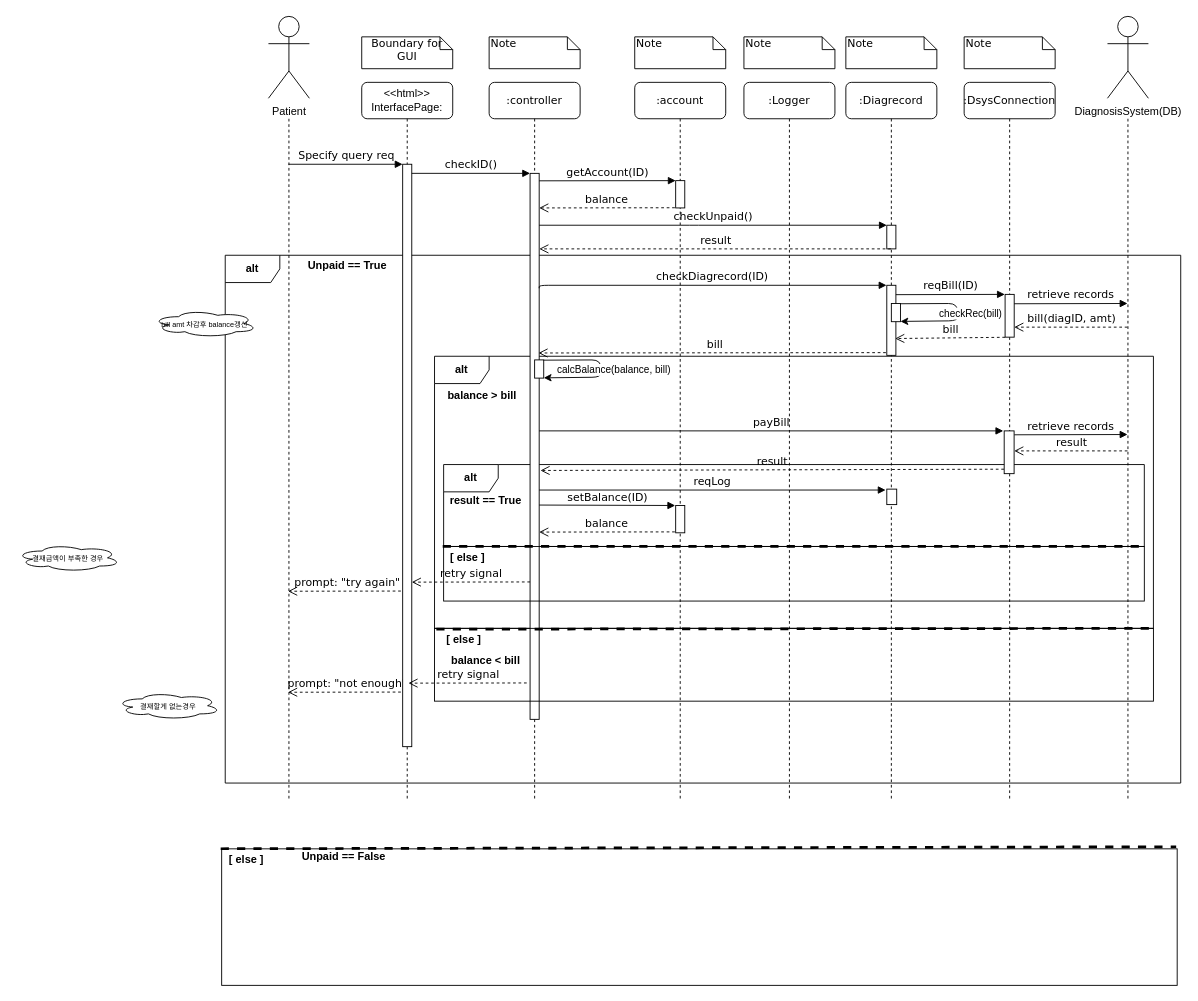
Above: patient/UC5_sequence_diag.drawio in yhb1834/Smart-Health-Prediction-System (draw.io), before the change. Source tidied: cells renumbered, new cells numbered last; positions are measured from the earlier drawing's top-left corner, leaving out a move shared by most shapes. Both pictures are drawn from the tidied source at 91%, with x=0, y=0 at pixel (15, 16).
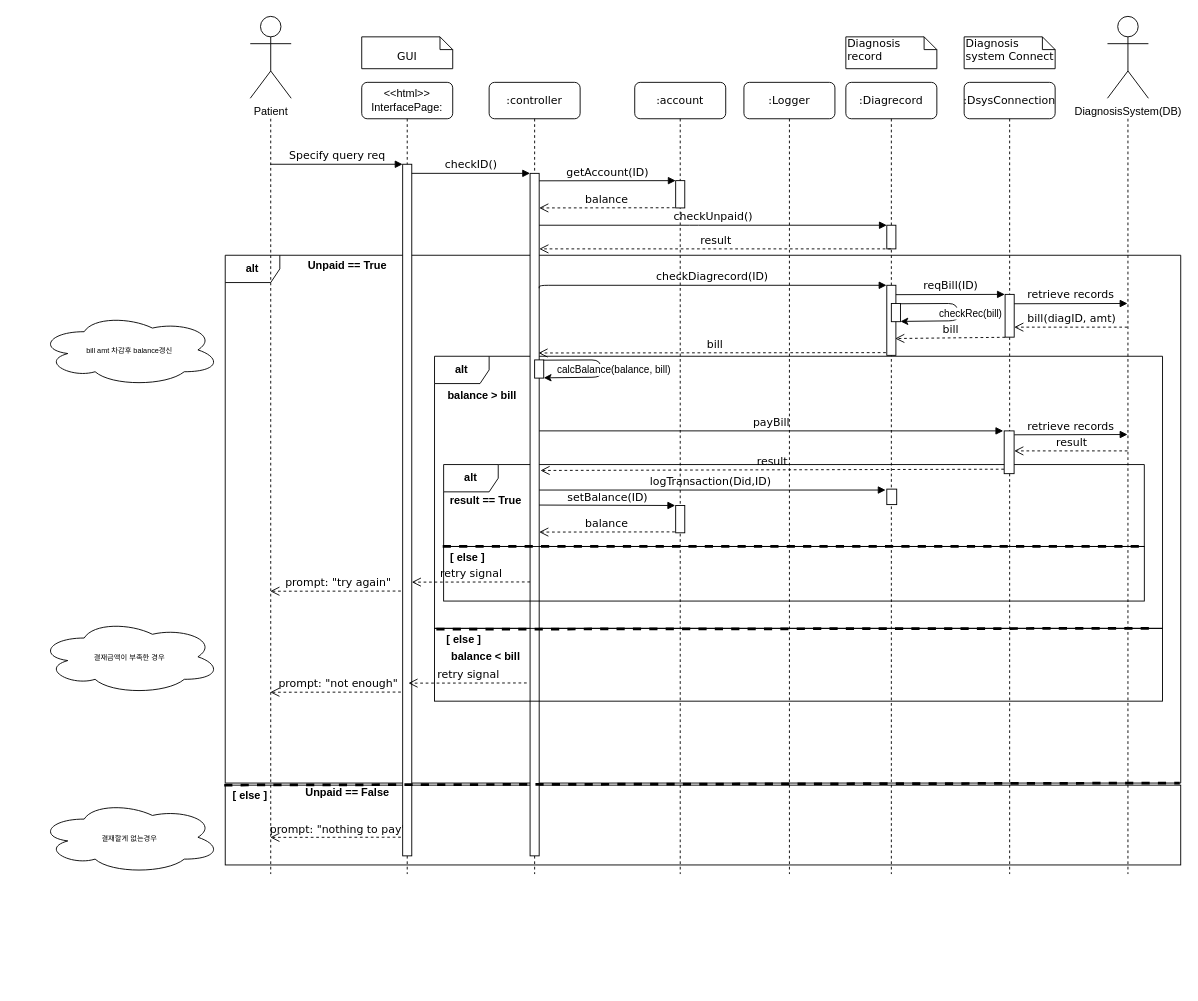
The same diagram, later.

Change to the diagram source:
```diff
@@
+    <mxCell id="65" style="rounded=0;whiteSpace=wrap;html=1;fillColor=none;" parent="1" vertex="1">
+      <mxGeometry x="230" y="844.3" width="1050" height="87.7" as="geometry" />
+    </mxCell>
+    <mxCell id="76" value="prompt: &quot;nothing to pay&quot;" style="html=1;verticalAlign=bottom;endArrow=open;dashed=1;endSize=8;labelBackgroundColor=none;fontFamily=Verdana;fontSize=12;edgeStyle=elbowEdgeStyle;elbow=vertical;exitX=-0.087;exitY=0.993;exitDx=0;exitDy=0;exitPerimeter=0;" parent="1" edge="1" target="29">
+      <mxGeometry relative="1" as="geometry">
+        <mxPoint x="429" y="901.5" as="sourcePoint" />
+        <Array as="points">
+          <mxPoint x="383.9" y="901.7" />
+          <mxPoint x="358.9" y="901.7" />
+          <mxPoint x="388.9" y="901.7" />
+        </Array>
+      </mxGeometry>
+    </mxCell>
@@
-    <mxCell id="3" value="prompt: &quot;not enough&quot;" style="html=1;verticalAlign=bottom;endArrow=open;dashed=1;endSize=8;labelBackgroundColor=none;fontFamily=Verdana;fontSize=12;edgeStyle=elbowEdgeStyle;elbow=vertical;exitX=-0.087;exitY=0.993;exitDx=0;exitDy=0;exitPerimeter=0;" parent="1" edge="1">
+    <mxCell id="3" value="prompt: &quot;not enough&quot;" style="html=1;verticalAlign=bottom;endArrow=open;dashed=1;endSize=8;labelBackgroundColor=none;fontFamily=Verdana;fontSize=12;edgeStyle=elbowEdgeStyle;elbow=vertical;exitX=-0.087;exitY=0.993;exitDx=0;exitDy=0;exitPerimeter=0;" parent="1" edge="1" target="29">
       <mxGeometry relative="1" as="geometry">
         <mxPoint x="429" y="742" as="sourcePoint" />
-        <mxPoint x="299" y="742" as="targetPoint" />
         <Array as="points">
           <mxPoint x="383.9" y="742.2" />
           <mxPoint x="358.9" y="742.2" />
           <mxPoint x="388.9" y="742.2" />
         </Array>
       </mxGeometry>
     </mxCell>
-    <mxCell id="4" value="prompt: &quot;try again&quot;" style="html=1;verticalAlign=bottom;endArrow=open;dashed=1;endSize=8;labelBackgroundColor=none;fontFamily=Verdana;fontSize=12;edgeStyle=elbowEdgeStyle;elbow=vertical;exitX=-0.087;exitY=0.993;exitDx=0;exitDy=0;exitPerimeter=0;" parent="1" edge="1">
+    <mxCell id="4" value="prompt: &quot;try again&quot;" style="html=1;verticalAlign=bottom;endArrow=open;dashed=1;endSize=8;labelBackgroundColor=none;fontFamily=Verdana;fontSize=12;edgeStyle=elbowEdgeStyle;elbow=vertical;exitX=-0.087;exitY=0.993;exitDx=0;exitDy=0;exitPerimeter=0;" parent="1" edge="1" target="29">
       <mxGeometry relative="1" as="geometry">
         <mxPoint x="429" y="631" as="sourcePoint" />
-        <mxPoint x="299" y="631" as="targetPoint" />
         <Array as="points">
           <mxPoint x="383.9" y="631.2" />
           <mxPoint x="358.9" y="631.2" />
           <mxPoint x="388.9" y="631.2" />
         </Array>
       </mxGeometry>
     </mxCell>
     <mxCell id="5" value="&lt;b&gt;alt&lt;/b&gt;" style="shape=umlFrame;whiteSpace=wrap;html=1;" parent="1" vertex="1">
-      <mxGeometry x="460" y="373" width="790" height="299" as="geometry" />
+      <mxGeometry x="460" y="373" width="800" height="299" as="geometry" />
     </mxCell>
@@
     <mxCell id="8" value=":DsysConnection" style="shape=umlLifeline;perimeter=lifelinePerimeter;whiteSpace=wrap;html=1;rounded=1;shadow=0;comic=0;labelBackgroundColor=none;strokeWidth=1;fontFamily=Verdana;fontSize=12;align=center;" parent="1" vertex="1">
-      <mxGeometry x="1042" y="72" width="100" height="790" as="geometry" />
+      <mxGeometry x="1042" y="72" width="100" height="870" as="geometry" />
     </mxCell>
     <mxCell id="9" value=":Logger" style="shape=umlLifeline;perimeter=lifelinePerimeter;whiteSpace=wrap;html=1;rounded=1;shadow=0;comic=0;labelBackgroundColor=none;strokeWidth=1;fontFamily=Verdana;fontSize=12;align=center;" parent="1" vertex="1">
-      <mxGeometry x="800" y="72" width="100" height="790" as="geometry" />
+      <mxGeometry x="800" y="72" width="100" height="870" as="geometry" />
     </mxCell>
     <mxCell id="10" value=":controller" style="shape=umlLifeline;perimeter=lifelinePerimeter;whiteSpace=wrap;html=1;rounded=1;shadow=0;comic=0;labelBackgroundColor=none;strokeWidth=1;fontFamily=Verdana;fontSize=12;align=center;" parent="1" vertex="1">
-      <mxGeometry x="520" y="72" width="100" height="790" as="geometry" />
+      <mxGeometry x="520" y="72" width="100" height="870" as="geometry" />
     </mxCell>
     <mxCell id="11" style="html=1;points=[];perimeter=orthogonalPerimeter;rounded=0;shadow=0;comic=0;labelBackgroundColor=none;strokeWidth=1;fontFamily=Verdana;fontSize=12;align=center;" parent="10" vertex="1">
-      <mxGeometry x="45" y="100" width="10" height="600" as="geometry" />
+      <mxGeometry x="45" y="100" width="10" height="750" as="geometry" />
     </mxCell>
     <mxCell id="12" value=":account" style="shape=umlLifeline;perimeter=lifelinePerimeter;whiteSpace=wrap;html=1;rounded=1;shadow=0;comic=0;labelBackgroundColor=none;strokeWidth=1;fontFamily=Verdana;fontSize=12;align=center;" parent="1" vertex="1">
-      <mxGeometry x="680" y="72" width="100" height="790" as="geometry" />
+      <mxGeometry x="680" y="72" width="100" height="870" as="geometry" />
     </mxCell>
@@
     <mxCell id="16" value=":Diagrecord" style="shape=umlLifeline;perimeter=lifelinePerimeter;whiteSpace=wrap;html=1;outlineConnect=0;rounded=1;shadow=0;comic=0;labelBackgroundColor=none;strokeWidth=1;fontFamily=Verdana;fontSize=12;align=center;" parent="1" vertex="1">
-      <mxGeometry x="912" y="72" width="100" height="790" as="geometry" />
+      <mxGeometry x="912" y="72" width="100" height="870" as="geometry" />
     </mxCell>
@@
     <mxCell id="19" value="&lt;font face=&quot;Helvetica&quot;&gt;&amp;lt;&amp;lt;html&amp;gt;&amp;gt;&lt;br&gt;InterfacePage:&lt;/font&gt;" style="shape=umlLifeline;perimeter=lifelinePerimeter;whiteSpace=wrap;html=1;rounded=1;shadow=0;comic=0;labelBackgroundColor=none;strokeWidth=1;fontFamily=Verdana;fontSize=12;align=center;" parent="1" vertex="1">
-      <mxGeometry x="380" y="72" width="100" height="790" as="geometry" />
+      <mxGeometry x="380" y="72" width="100" height="870" as="geometry" />
     </mxCell>
     <mxCell id="20" style="html=1;points=[];perimeter=orthogonalPerimeter;rounded=0;shadow=0;comic=0;labelBackgroundColor=none;strokeWidth=1;fontFamily=Verdana;fontSize=12;align=center;" parent="19" vertex="1">
-      <mxGeometry x="45" y="90" width="10" height="640" as="geometry" />
+      <mxGeometry x="45" y="90" width="10" height="760" as="geometry" />
     </mxCell>
@@
-    <mxCell id="24" value="Boundary for GUI" style="shape=note;whiteSpace=wrap;html=1;size=14;verticalAlign=top;align=center;spacingTop=-6;rounded=0;shadow=0;comic=0;labelBackgroundColor=none;strokeWidth=1;fontFamily=Verdana;fontSize=12;" parent="1" vertex="1">
+    <mxCell id="24" value="&lt;br&gt;GUI" style="shape=note;whiteSpace=wrap;html=1;size=14;verticalAlign=top;align=center;spacingTop=-6;rounded=0;shadow=0;comic=0;labelBackgroundColor=none;strokeWidth=1;fontFamily=Verdana;fontSize=12;" parent="1" vertex="1">
       <mxGeometry x="380" y="22" width="100" height="35" as="geometry" />
     </mxCell>
-    <mxCell id="25" value="Note" style="shape=note;whiteSpace=wrap;html=1;size=14;verticalAlign=top;align=left;spacingTop=-6;rounded=0;shadow=0;comic=0;labelBackgroundColor=none;strokeWidth=1;fontFamily=Verdana;fontSize=12;" parent="1" vertex="1">
-      <mxGeometry x="520" y="22" width="100" height="35" as="geometry" />
-    </mxCell>
-    <mxCell id="26" value="Note" style="shape=note;whiteSpace=wrap;html=1;size=14;verticalAlign=top;align=left;spacingTop=-6;rounded=0;shadow=0;comic=0;labelBackgroundColor=none;strokeWidth=1;fontFamily=Verdana;fontSize=12;" parent="1" vertex="1">
-      <mxGeometry x="680" y="22" width="100" height="35" as="geometry" />
-    </mxCell>
-    <mxCell id="27" value="Note" style="shape=note;whiteSpace=wrap;html=1;size=14;verticalAlign=top;align=left;spacingTop=-6;rounded=0;shadow=0;comic=0;labelBackgroundColor=none;strokeWidth=1;fontFamily=Verdana;fontSize=12;" parent="1" vertex="1">
+    <mxCell id="27" value="Diagnosis&lt;br&gt;record" style="shape=note;whiteSpace=wrap;html=1;size=14;verticalAlign=top;align=left;spacingTop=-6;rounded=0;shadow=0;comic=0;labelBackgroundColor=none;strokeWidth=1;fontFamily=Verdana;fontSize=12;" parent="1" vertex="1">
       <mxGeometry x="912" y="22" width="100" height="35" as="geometry" />
     </mxCell>
-    <mxCell id="28" value="Note" style="shape=note;whiteSpace=wrap;html=1;size=14;verticalAlign=top;align=left;spacingTop=-6;rounded=0;shadow=0;comic=0;labelBackgroundColor=none;strokeWidth=1;fontFamily=Verdana;fontSize=12;" parent="1" vertex="1">
+    <mxCell id="28" value="Diagnosis&lt;br&gt;system Connect" style="shape=note;whiteSpace=wrap;html=1;size=14;verticalAlign=top;align=left;spacingTop=-6;rounded=0;shadow=0;comic=0;labelBackgroundColor=none;strokeWidth=1;fontFamily=Verdana;fontSize=12;" parent="1" vertex="1">
       <mxGeometry x="1042" y="22" width="100" height="35" as="geometry" />
     </mxCell>
     <mxCell id="29" style="shape=umlLifeline;perimeter=lifelinePerimeter;whiteSpace=wrap;html=1;outlineConnect=0;rounded=1;shadow=0;comic=0;labelBackgroundColor=none;strokeWidth=1;fontFamily=Verdana;fontSize=12;align=center;size=0;" parent="1" vertex="1">
-      <mxGeometry x="250" y="112" width="100" height="750" as="geometry" />
+      <mxGeometry x="230" y="112" width="100" height="830" as="geometry" />
     </mxCell>
     <mxCell id="30" value="Patient" style="shape=umlActor;verticalLabelPosition=bottom;verticalAlign=top;html=1;" parent="1" vertex="1">
-      <mxGeometry x="277.5" y="-0.5" width="45" height="90" as="geometry" />
+      <mxGeometry x="257.5" y="-0.5" width="45" height="90" as="geometry" />
     </mxCell>
     <mxCell id="31" style="shape=umlLifeline;perimeter=lifelinePerimeter;whiteSpace=wrap;html=1;rounded=1;shadow=0;comic=0;labelBackgroundColor=none;strokeWidth=1;fontFamily=Verdana;fontSize=12;align=center;size=0;" parent="1" vertex="1">
-      <mxGeometry x="1172" y="112" width="100" height="750" as="geometry" />
+      <mxGeometry x="1172" y="112" width="100" height="830" as="geometry" />
     </mxCell>
@@
     <mxCell id="42" value="&lt;span style=&quot;font-size: 8px&quot;&gt;bill amt 차감후 balance갱신&lt;br&gt;&lt;/span&gt;" style="ellipse;shape=cloud;whiteSpace=wrap;html=1;" parent="1" vertex="1">
-      <mxGeometry x="150" y="322" width="115" height="30" as="geometry" />
+      <mxGeometry x="25" y="326" width="200" height="80" as="geometry" />
     </mxCell>
     <mxCell id="43" value="&lt;span style=&quot;font-size: 8px&quot;&gt;결재할게 없는경우&lt;br&gt;&lt;/span&gt;" style="ellipse;shape=cloud;whiteSpace=wrap;html=1;" parent="1" vertex="1">
-      <mxGeometry x="110" y="742" width="115" height="30" as="geometry" />
+      <mxGeometry x="25" y="861.6" width="200" height="80" as="geometry" />
     </mxCell>
     <mxCell id="44" value="&lt;span style=&quot;font-size: 8px&quot;&gt;결재금액이 부족한 경우&lt;br&gt;&lt;/span&gt;" style="ellipse;shape=cloud;whiteSpace=wrap;html=1;" parent="1" vertex="1">
-      <mxGeometry y="579.5" width="115" height="30" as="geometry" />
+      <mxGeometry x="25" y="662" width="200" height="82.5" as="geometry" />
     </mxCell>
@@
-    <mxCell id="55" value="Note" style="shape=note;whiteSpace=wrap;html=1;size=14;verticalAlign=top;align=left;spacingTop=-6;rounded=0;shadow=0;comic=0;labelBackgroundColor=none;strokeWidth=1;fontFamily=Verdana;fontSize=12;" parent="1" vertex="1">
-      <mxGeometry x="800" y="22" width="100" height="35" as="geometry" />
-    </mxCell>
@@
-    <mxCell id="59" value="reqLog" style="html=1;verticalAlign=bottom;endArrow=block;labelBackgroundColor=none;fontFamily=Verdana;fontSize=12;edgeStyle=elbowEdgeStyle;elbow=vertical;entryX=-0.033;entryY=0.004;entryDx=0;entryDy=0;entryPerimeter=0;" parent="1" edge="1">
+    <mxCell id="59" value="logTransaction(Did,ID)&amp;nbsp;" style="html=1;verticalAlign=bottom;endArrow=block;labelBackgroundColor=none;fontFamily=Verdana;fontSize=12;edgeStyle=elbowEdgeStyle;elbow=vertical;entryX=-0.033;entryY=0.004;entryDx=0;entryDy=0;entryPerimeter=0;" parent="1" edge="1">
       <mxGeometry x="-50" y="289" as="geometry">
         <mxPoint x="575" y="520" as="sourcePoint" />
         <mxPoint x="955.7" y="520.3" as="targetPoint" />
         <Array as="points">
           <mxPoint x="769" y="520" />
         </Array>
       </mxGeometry>
     </mxCell>
     <mxCell id="60" style="endArrow=none;dashed=1;html=1;strokeWidth=3;entryX=0.999;entryY=0.997;entryDx=0;entryDy=0;entryPerimeter=0;exitX=-0.001;exitY=1.002;exitDx=0;exitDy=0;exitPerimeter=0;" parent="1" edge="1">
-      <mxGeometry x="-158.6" y="1454.8" as="geometry">
-        <mxPoint x="225" y="914.2" as="sourcePoint" />
-        <mxPoint x="1275" y="912" as="targetPoint" />
+      <mxGeometry x="-154.7" y="1384.8" as="geometry">
+        <mxPoint x="228.9" y="844.2" as="sourcePoint" />
+        <mxPoint x="1278.9" y="842" as="targetPoint" />
       </mxGeometry>
     </mxCell>
@@
-    <mxCell id="65" style="rounded=0;whiteSpace=wrap;html=1;fillColor=none;" parent="1" vertex="1">
-      <mxGeometry x="226.1" y="914.3" width="1050" height="150" as="geometry" />
-    </mxCell>
     <mxCell id="66" value="&lt;b&gt;[ else ]&lt;/b&gt;" style="text;html=1;strokeColor=none;fillColor=none;align=center;verticalAlign=middle;whiteSpace=wrap;rounded=0;" parent="1" vertex="1">
-      <mxGeometry x="226.1" y="913.3" width="54.7" height="25" as="geometry" />
+      <mxGeometry x="230" y="843.3" width="54.7" height="25" as="geometry" />
     </mxCell>
     <mxCell id="67" value="Unpaid&amp;nbsp;== False" style="text;html=1;strokeColor=none;fillColor=none;align=center;verticalAlign=middle;whiteSpace=wrap;rounded=0;fontStyle=1;" parent="1" vertex="1">
-      <mxGeometry x="302.6" y="915" width="114.8" height="16.7" as="geometry" />
+      <mxGeometry x="306.6" y="845" width="114.8" height="16.7" as="geometry" />
     </mxCell>
@@
     <mxCell id="72" style="rounded=0;whiteSpace=wrap;html=1;fillColor=none;" parent="1" vertex="1">
-      <mxGeometry x="460" y="672" width="790" height="80" as="geometry" />
+      <mxGeometry x="460" y="672" width="800" height="80" as="geometry" />
     </mxCell>
@@
     <mxCell id="74" value="balance &amp;lt; bill" style="text;html=1;strokeColor=none;fillColor=none;align=center;verticalAlign=middle;whiteSpace=wrap;rounded=0;fontStyle=1;" parent="1" vertex="1">
-      <mxGeometry x="470" y="697" width="93" height="22.6" as="geometry" />
+      <mxGeometry x="470" y="692" width="93" height="22.6" as="geometry" />
     </mxCell>
```
